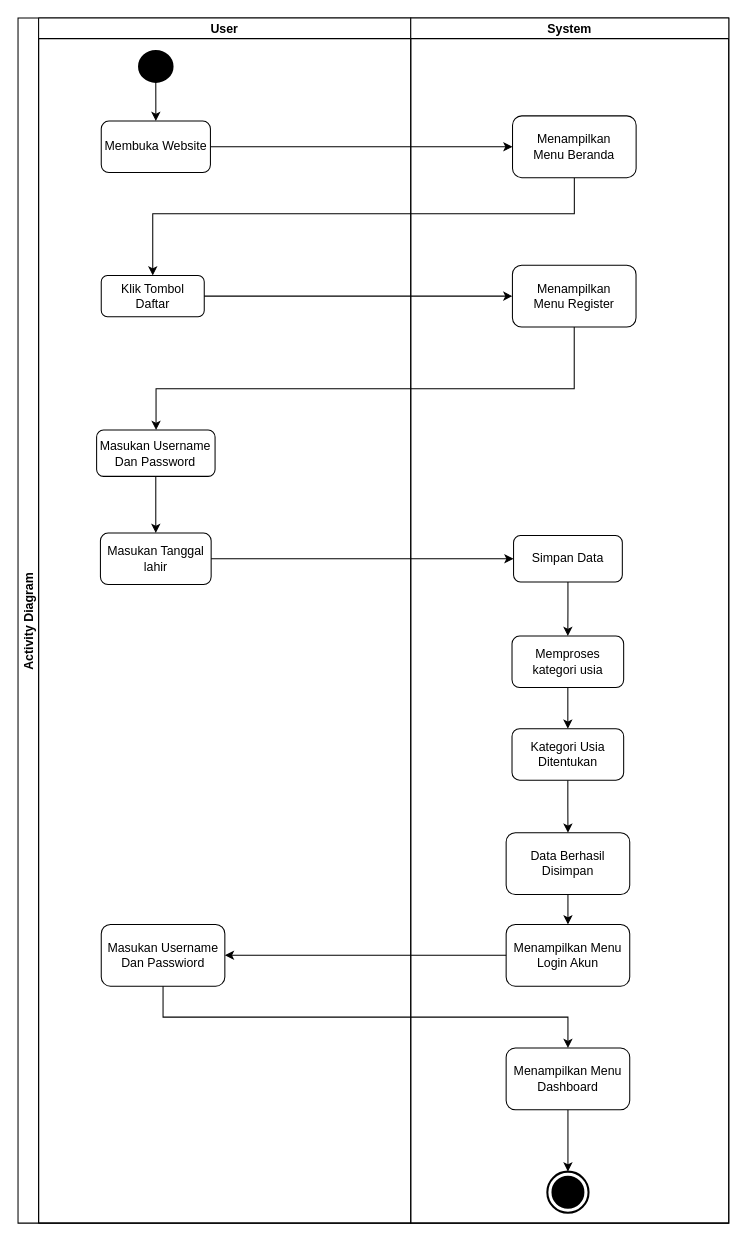
Before: Activity Diagram Daftar.drawio in abdraiin/Sistem-Rekomendasi-Konten, a draw.io diagram. Source tidied: cells renumbered, new cells numbered last; positions are measured from the earlier drawing's top-left corner, leaving out a move shared by most shapes. Both pictures are drawn from the tidied source at 103%, with x=0, y=0 at pixel (18, 18).
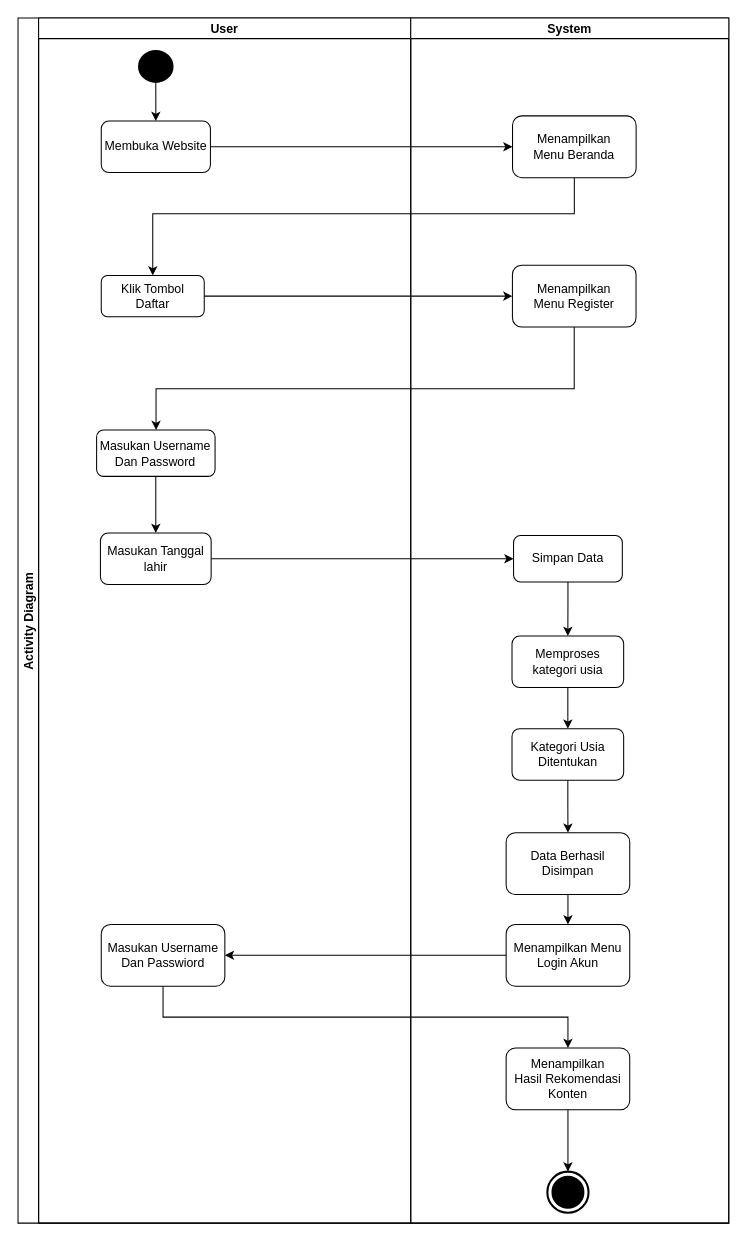
The same diagram, later.

The change refers to these unchanged cells:
```xml
<mxCell id="17" value="System" style="swimlane;startSize=20;" parent="2" vertex="1">
  <mxGeometry x="381.3" width="308.8" height="1170" as="geometry" />
</mxCell>
```

The edit, as a diff of the source:
```diff
@@
-    <mxCell id="30" value="Menampilkan Menu Dashboard" style="whiteSpace=wrap;html=1;rounded=1;" parent="17" vertex="1">
+    <mxCell id="30" value="Menampilkan&lt;div&gt;Hasil Rekomendasi&lt;/div&gt;&lt;div&gt;Konten&lt;/div&gt;" style="whiteSpace=wrap;html=1;rounded=1;" parent="17" vertex="1">
       <mxGeometry x="92.6" y="1000" width="120" height="60" as="geometry" />
     </mxCell>
```
